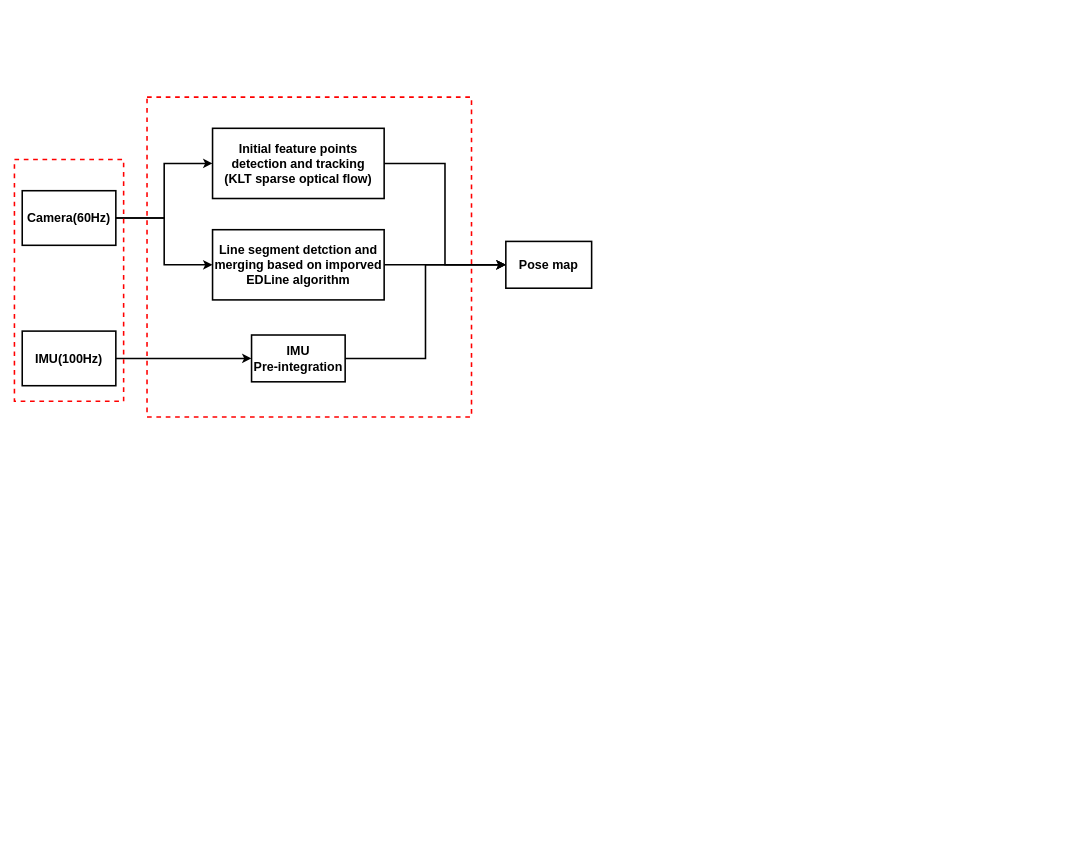
Purerli/STPLC keeps this draw.io diagram as 20210805/Untitled Diagram.drawio. Above is the earlier version. Source tidied: cells renumbered, new cells numbered last; positions are measured from the earlier drawing's top-left corner, leaving out a move shared by most shapes. Both pictures are drawn from the tidied source at 78%, with x=0, y=0 at pixel (14, 97).
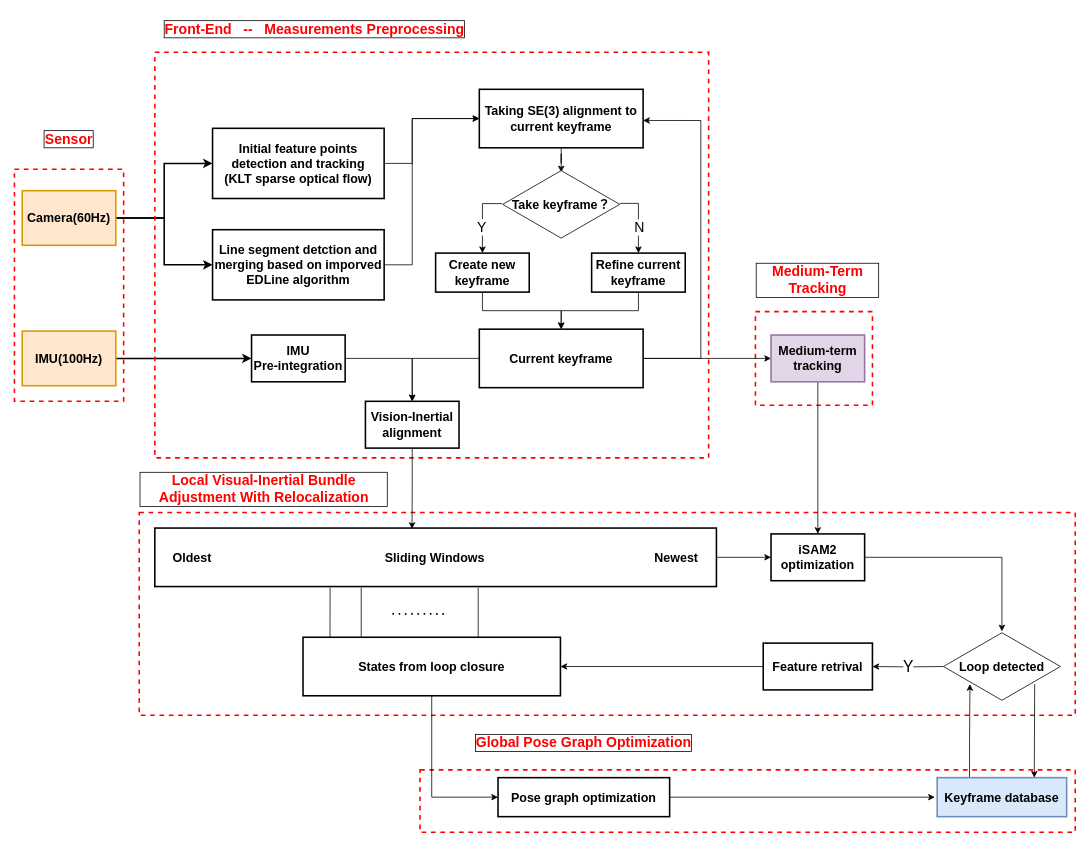
Above is the later version.

The change refers to these unchanged cells:
```xml
<mxCell id="8" value="IMU&lt;br style=&quot;font-size: 16px;&quot;&gt;Pre-integration" style="rounded=0;whiteSpace=wrap;html=1;fontSize=16;strokeWidth=2;fontStyle=1;" parent="1" vertex="1">
  <mxGeometry x="304" y="305" width="120" height="60" as="geometry" />
</mxCell>
<mxCell id="10" value="Initial feature points detection and tracking&lt;br style=&quot;font-size: 16px;&quot;&gt;(KLT sparse optical flow)" style="rounded=0;whiteSpace=wrap;html=1;fontSize=16;strokeWidth=2;fontStyle=1;" parent="1" vertex="1">
  <mxGeometry x="254" y="40" width="220" height="90" as="geometry" />
</mxCell>
<mxCell id="12" value="Line segment detction and merging based on imporved EDLine algorithm" style="rounded=0;whiteSpace=wrap;html=1;fontSize=16;strokeWidth=2;fontStyle=1;" parent="1" vertex="1">
  <mxGeometry x="254" y="170" width="220" height="90" as="geometry" />
</mxCell>
```

The edit, as a diff of the source:
```diff
@@
+    <mxCell id="16" style="rounded=0;whiteSpace=wrap;html=1;fontSize=16;strokeWidth=2;dashed=1;fillColor=none;fontStyle=1;strokeColor=#FF0000;" parent="1" vertex="1">
+      <mxGeometry x="160" y="532.5" width="1200" height="260" as="geometry" />
+    </mxCell>
+    <mxCell id="17" style="rounded=0;whiteSpace=wrap;html=1;fontSize=16;strokeWidth=2;dashed=1;fillColor=none;fontStyle=1;strokeColor=#FF0000;" parent="1" vertex="1">
+      <mxGeometry x="950" y="275" width="150" height="120" as="geometry" />
+    </mxCell>
+    <mxCell id="18" style="rounded=0;whiteSpace=wrap;html=1;fontSize=16;strokeWidth=2;dashed=1;fillColor=none;fontStyle=1;strokeColor=#FF0000;" parent="1" vertex="1">
+      <mxGeometry x="520" y="862.5" width="840" height="80" as="geometry" />
+    </mxCell>
+    <mxCell id="14" style="rounded=0;whiteSpace=wrap;html=1;fontSize=16;strokeWidth=2;dashed=1;fillColor=none;fontStyle=1;strokeColor=#FF0000;" parent="1" vertex="1">
+      <mxGeometry y="92.5" width="140" height="297.5" as="geometry" />
+    </mxCell>
@@
-    <mxCell id="4" value="Camera(60Hz)" style="rounded=0;whiteSpace=wrap;html=1;fontSize=16;strokeWidth=2;fontStyle=1;" parent="1" vertex="1">
+    <mxCell id="4" value="Camera(60Hz)" style="rounded=0;whiteSpace=wrap;html=1;fontSize=16;strokeWidth=2;fontStyle=1;fillColor=#ffe6cc;strokeColor=#d79b00;" parent="1" vertex="1">
       <mxGeometry x="10" y="120" width="120" height="70" as="geometry" />
     </mxCell>
@@
-    <mxCell id="6" value="IMU(100Hz)" style="rounded=0;whiteSpace=wrap;html=1;fontSize=16;strokeWidth=2;fontStyle=1;" parent="1" vertex="1">
+    <mxCell id="6" value="IMU(100Hz)" style="rounded=0;whiteSpace=wrap;html=1;fontSize=16;strokeWidth=2;fontStyle=1;fillColor=#ffe6cc;strokeColor=#d79b00;" parent="1" vertex="1">
       <mxGeometry x="10" y="300" width="120" height="70" as="geometry" />
     </mxCell>
-    <mxCell id="7" style="edgeStyle=orthogonalEdgeStyle;rounded=0;jettySize=auto;html=1;entryX=0;entryY=0.5;entryDx=0;entryDy=0;fontSize=16;strokeWidth=2;fontStyle=1;" parent="1" edge="1" source="8" target="13">
-      <mxGeometry relative="1" as="geometry" />
-    </mxCell>
+    <mxCell id="19" style="edgeStyle=orthogonalEdgeStyle;rounded=0;jettySize=auto;html=1;fontSize=14;" parent="1" edge="1" source="8" target="37">
+      <mxGeometry relative="1" as="geometry" />
+    </mxCell>
@@
-    <mxCell id="9" style="edgeStyle=orthogonalEdgeStyle;rounded=0;jettySize=auto;html=1;entryX=0;entryY=0.5;entryDx=0;entryDy=0;fontSize=16;strokeWidth=2;fontStyle=1;" parent="1" edge="1" source="10" target="13">
-      <mxGeometry relative="1" as="geometry" />
-    </mxCell>
+    <mxCell id="20" style="edgeStyle=orthogonalEdgeStyle;rounded=0;jettySize=auto;html=1;entryX=0;entryY=0.5;entryDx=0;entryDy=0;fontSize=14;" parent="1" edge="1" source="10" target="31">
+      <mxGeometry relative="1" as="geometry">
+        <Array as="points">
+          <mxPoint x="510" y="85" />
+          <mxPoint x="510" y="28" />
+        </Array>
+      </mxGeometry>
+    </mxCell>
@@
-    <mxCell id="11" style="edgeStyle=orthogonalEdgeStyle;rounded=0;jettySize=auto;html=1;fontSize=16;strokeWidth=2;entryX=0;entryY=0.5;entryDx=0;entryDy=0;fontStyle=1;" parent="1" edge="1" source="12" target="13">
-      <mxGeometry relative="1" as="geometry" />
-    </mxCell>
+    <mxCell id="21" style="edgeStyle=orthogonalEdgeStyle;rounded=0;jettySize=auto;html=1;fontSize=14;entryX=0;entryY=0.5;entryDx=0;entryDy=0;" parent="1" edge="1" source="12" target="31">
+      <mxGeometry relative="1" as="geometry">
+        <Array as="points">
+          <mxPoint x="510" y="215" />
+          <mxPoint x="510" y="28" />
+          <mxPoint x="596" y="28" />
+        </Array>
+      </mxGeometry>
+    </mxCell>
@@
-    <mxCell id="13" value="Pose map" style="rounded=0;whiteSpace=wrap;html=1;fontSize=16;strokeWidth=2;fontStyle=1;" parent="1" vertex="1">
-      <mxGeometry x="630" y="185" width="110" height="60" as="geometry" />
-    </mxCell>
-    <mxCell id="14" style="rounded=0;whiteSpace=wrap;html=1;fontSize=16;strokeWidth=2;dashed=1;fillColor=none;fontStyle=1;strokeColor=#FF0000;" parent="1" vertex="1">
-      <mxGeometry y="80" width="140" height="310" as="geometry" />
-    </mxCell>
     <mxCell id="15" style="rounded=0;whiteSpace=wrap;html=1;fontSize=16;strokeWidth=2;dashed=1;fillColor=none;strokeColor=#FF0000;" parent="1" vertex="1">
-      <mxGeometry x="170" width="416" height="410" as="geometry" />
+      <mxGeometry x="180" y="-57.5" width="710" height="520" as="geometry" />
     </mxCell>
+    <mxCell id="22" style="edgeStyle=orthogonalEdgeStyle;rounded=0;jettySize=auto;html=1;exitX=-0.006;exitY=0.489;exitDx=0;exitDy=0;exitPerimeter=0;" parent="1" edge="1" source="54" target="27">
+      <mxGeometry relative="1" as="geometry" />
+    </mxCell>
+    <mxCell id="23" value="Y" style="edgeLabel;html=1;align=center;verticalAlign=middle;fontSize=18;" parent="22" vertex="1">
+      <mxGeometry x="0.25" y="-2" relative="1" as="geometry" />
+    </mxCell>
+    <mxCell id="24" style="edgeStyle=orthogonalEdgeStyle;rounded=0;jettySize=auto;html=1;exitX=1.003;exitY=0.486;exitDx=0;exitDy=0;exitPerimeter=0;" parent="1" edge="1" source="54" target="29">
+      <mxGeometry relative="1" as="geometry">
+        <Array as="points">
+          <mxPoint x="800" y="136.5" />
+        </Array>
+      </mxGeometry>
+    </mxCell>
+    <mxCell id="25" value="N" style="edgeLabel;html=1;align=center;verticalAlign=middle;fontSize=18;" parent="24" vertex="1">
+      <mxGeometry x="0.22" y="1" relative="1" as="geometry">
+        <mxPoint x="-1" y="1" as="offset" />
+      </mxGeometry>
+    </mxCell>
+    <mxCell id="26" style="edgeStyle=orthogonalEdgeStyle;rounded=0;jettySize=auto;html=1;fontSize=14;entryX=0.5;entryY=0;entryDx=0;entryDy=0;" parent="1" edge="1" source="27" target="35">
+      <mxGeometry relative="1" as="geometry" />
+    </mxCell>
+    <mxCell id="27" value="Create new keyframe" style="rounded=0;whiteSpace=wrap;html=1;fontSize=16;strokeWidth=2;fontStyle=1;" parent="1" vertex="1">
+      <mxGeometry x="540" y="200" width="120" height="50" as="geometry" />
+    </mxCell>
+    <mxCell id="28" style="edgeStyle=orthogonalEdgeStyle;rounded=0;jettySize=auto;html=1;fontSize=14;entryX=0.5;entryY=0;entryDx=0;entryDy=0;" parent="1" edge="1" source="29" target="35">
+      <mxGeometry relative="1" as="geometry" />
+    </mxCell>
+    <mxCell id="29" value="Refine current keyframe" style="rounded=0;whiteSpace=wrap;html=1;fontSize=16;strokeWidth=2;fontStyle=1;" parent="1" vertex="1">
+      <mxGeometry x="740" y="200" width="120" height="50" as="geometry" />
+    </mxCell>
+    <mxCell id="30" style="edgeStyle=orthogonalEdgeStyle;rounded=0;jettySize=auto;html=1;entryX=0.5;entryY=0.044;entryDx=0;entryDy=0;entryPerimeter=0;fontSize=14;" parent="1" edge="1" source="31" target="54">
+      <mxGeometry relative="1" as="geometry" />
+    </mxCell>
+    <mxCell id="31" value="Taking SE(3) alignment to current keyframe" style="rounded=0;whiteSpace=wrap;html=1;fontSize=16;strokeWidth=2;fontStyle=1;" parent="1" vertex="1">
+      <mxGeometry x="596" y="-10" width="210" height="75" as="geometry" />
+    </mxCell>
+    <mxCell id="32" style="edgeStyle=orthogonalEdgeStyle;rounded=0;jettySize=auto;html=1;fontSize=14;entryX=1;entryY=0.533;entryDx=0;entryDy=0;entryPerimeter=0;" parent="1" edge="1" source="35" target="31">
+      <mxGeometry relative="1" as="geometry">
+        <Array as="points">
+          <mxPoint x="880" y="335" />
+          <mxPoint x="880" y="30" />
+        </Array>
+      </mxGeometry>
+    </mxCell>
+    <mxCell id="33" style="edgeStyle=orthogonalEdgeStyle;rounded=0;jettySize=auto;html=1;entryX=0.5;entryY=0;entryDx=0;entryDy=0;fontSize=14;" parent="1" edge="1" source="35" target="37">
+      <mxGeometry relative="1" as="geometry" />
+    </mxCell>
+    <mxCell id="34" style="edgeStyle=orthogonalEdgeStyle;rounded=0;jettySize=auto;html=1;entryX=0;entryY=0.5;entryDx=0;entryDy=0;fontSize=14;" parent="1" edge="1" source="35" target="39">
+      <mxGeometry relative="1" as="geometry" />
+    </mxCell>
+    <mxCell id="35" value="Current keyframe" style="rounded=0;whiteSpace=wrap;html=1;fontSize=16;strokeWidth=2;fontStyle=1;" parent="1" vertex="1">
+      <mxGeometry x="596" y="297.5" width="210" height="75" as="geometry" />
+    </mxCell>
+    <mxCell id="36" style="edgeStyle=orthogonalEdgeStyle;rounded=0;jettySize=auto;html=1;entryX=0.458;entryY=0.015;entryDx=0;entryDy=0;entryPerimeter=0;fontSize=18;fontColor=#FF0000;" parent="1" edge="1" source="37" target="41">
+      <mxGeometry relative="1" as="geometry" />
+    </mxCell>
+    <mxCell id="37" value="Vision-Inertial alignment" style="rounded=0;whiteSpace=wrap;html=1;fontSize=16;strokeWidth=2;fontStyle=1;" parent="1" vertex="1">
+      <mxGeometry x="450" y="390" width="120" height="60" as="geometry" />
+    </mxCell>
+    <mxCell id="38" style="edgeStyle=orthogonalEdgeStyle;rounded=0;jettySize=auto;html=1;fontSize=14;" parent="1" edge="1" source="39" target="49">
+      <mxGeometry relative="1" as="geometry" />
+    </mxCell>
+    <mxCell id="39" value="Medium-term tracking" style="rounded=0;whiteSpace=wrap;html=1;fontSize=16;strokeWidth=2;fontStyle=1;fillColor=#e1d5e7;strokeColor=#9673a6;" parent="1" vertex="1">
+      <mxGeometry x="970" y="305" width="120" height="60" as="geometry" />
+    </mxCell>
+    <mxCell id="40" style="edgeStyle=orthogonalEdgeStyle;rounded=0;jettySize=auto;html=1;entryX=0;entryY=0.5;entryDx=0;entryDy=0;fontSize=14;" parent="1" edge="1" source="41" target="49">
+      <mxGeometry relative="1" as="geometry" />
+    </mxCell>
+    <mxCell id="41" value="Oldest&amp;nbsp; &amp;nbsp; &amp;nbsp; &amp;nbsp; &amp;nbsp; &amp;nbsp; &amp;nbsp; &amp;nbsp; &amp;nbsp; &amp;nbsp; &amp;nbsp; &amp;nbsp; &amp;nbsp; &amp;nbsp; &amp;nbsp; &amp;nbsp; &amp;nbsp; &amp;nbsp; &amp;nbsp; &amp;nbsp; &amp;nbsp; &amp;nbsp; &amp;nbsp; &amp;nbsp; &amp;nbsp; Sliding Windows&amp;nbsp; &amp;nbsp; &amp;nbsp; &amp;nbsp; &amp;nbsp; &amp;nbsp; &amp;nbsp; &amp;nbsp; &amp;nbsp; &amp;nbsp; &amp;nbsp; &amp;nbsp; &amp;nbsp; &amp;nbsp; &amp;nbsp; &amp;nbsp; &amp;nbsp; &amp;nbsp; &amp;nbsp; &amp;nbsp; &amp;nbsp; &amp;nbsp; &amp;nbsp; &amp;nbsp; &amp;nbsp;Newest" style="rounded=0;whiteSpace=wrap;html=1;fontSize=16;strokeWidth=2;fontStyle=1;" parent="1" vertex="1">
+      <mxGeometry x="180" y="552.5" width="720" height="75" as="geometry" />
+    </mxCell>
+    <mxCell id="42" style="edgeStyle=orthogonalEdgeStyle;rounded=0;jettySize=auto;html=1;entryX=0;entryY=0.5;entryDx=0;entryDy=0;fontSize=18;" parent="1" edge="1" source="43" target="56">
+      <mxGeometry relative="1" as="geometry" />
+    </mxCell>
+    <mxCell id="43" value="States from loop closure" style="rounded=0;whiteSpace=wrap;html=1;fontSize=16;strokeWidth=2;fontStyle=1;" parent="1" vertex="1">
+      <mxGeometry x="370" y="692.5" width="330" height="75" as="geometry" />
+    </mxCell>
+    <mxCell id="44" style="endArrow=none;html=1;fontSize=14;exitX=0;exitY=0;exitDx=0;exitDy=0;entryX=0.264;entryY=1.019;entryDx=0;entryDy=0;entryPerimeter=0;" parent="1" edge="1">
+      <mxGeometry relative="1" as="geometry">
+        <mxPoint x="404.6" y="692.5" as="sourcePoint" />
+        <mxPoint x="404.7" y="628.9" as="targetPoint" />
+        <Array as="points">
+          <mxPoint x="404.6" y="672.5" />
+        </Array>
+      </mxGeometry>
+    </mxCell>
+    <mxCell id="45" style="endArrow=none;html=1;fontSize=14;exitX=0;exitY=0;exitDx=0;exitDy=0;entryX=0.264;entryY=1.019;entryDx=0;entryDy=0;entryPerimeter=0;" parent="1" edge="1">
+      <mxGeometry relative="1" as="geometry">
+        <mxPoint x="444.6" y="692.5" as="sourcePoint" />
+        <mxPoint x="444.6" y="628.9" as="targetPoint" />
+      </mxGeometry>
+    </mxCell>
+    <mxCell id="46" style="endArrow=none;dashed=1;html=1;dashPattern=1 3;strokeWidth=2;fontSize=14;" parent="1" edge="1">
+      <mxGeometry relative="1" as="geometry">
+        <mxPoint x="484.6" y="662.5" as="sourcePoint" />
+        <mxPoint x="554.6" y="662.5" as="targetPoint" />
+      </mxGeometry>
+    </mxCell>
+    <mxCell id="47" style="endArrow=none;html=1;fontSize=14;exitX=0;exitY=0;exitDx=0;exitDy=0;entryX=0.264;entryY=1.019;entryDx=0;entryDy=0;entryPerimeter=0;" parent="1" edge="1">
+      <mxGeometry relative="1" as="geometry">
+        <mxPoint x="594.6" y="692.5" as="sourcePoint" />
+        <mxPoint x="594.6" y="628.9" as="targetPoint" />
+      </mxGeometry>
+    </mxCell>
+    <mxCell id="48" style="edgeStyle=orthogonalEdgeStyle;rounded=0;jettySize=auto;html=1;fontSize=14;" parent="1" edge="1" source="49" target="53">
+      <mxGeometry relative="1" as="geometry" />
+    </mxCell>
+    <mxCell id="49" value="iSAM2&lt;br&gt;optimization" style="rounded=0;whiteSpace=wrap;html=1;fontSize=16;strokeWidth=2;fontStyle=1;" parent="1" vertex="1">
+      <mxGeometry x="970" y="560" width="120" height="60" as="geometry" />
+    </mxCell>
+    <mxCell id="50" style="edgeStyle=orthogonalEdgeStyle;rounded=0;jettySize=auto;html=1;entryX=1;entryY=0.5;entryDx=0;entryDy=0;fontSize=18;" parent="1" edge="1" source="51" target="43">
+      <mxGeometry relative="1" as="geometry" />
+    </mxCell>
+    <mxCell id="51" value="Feature retrival" style="rounded=0;whiteSpace=wrap;html=1;fontSize=16;strokeWidth=2;fontStyle=1;" parent="1" vertex="1">
+      <mxGeometry x="960" y="700" width="140" height="60" as="geometry" />
+    </mxCell>
+    <mxCell id="52" value="&lt;font style=&quot;font-size: 20px&quot;&gt;Y&lt;/font&gt;" style="edgeStyle=orthogonalEdgeStyle;rounded=0;jettySize=auto;html=1;entryX=1;entryY=0.5;entryDx=0;entryDy=0;fontSize=14;" parent="1" edge="1" target="51">
+      <mxGeometry relative="1" as="geometry">
+        <mxPoint x="1191" y="730" as="sourcePoint" />
+      </mxGeometry>
+    </mxCell>
+    <mxCell id="53" value="&lt;span style=&quot;font-size: 16px ; font-weight: 700&quot;&gt;Loop detected&lt;/span&gt;" style="html=1;whiteSpace=wrap;shape=isoRectangle;fontSize=14;" parent="1" vertex="1">
+      <mxGeometry x="1191" y="685" width="150" height="90" as="geometry" />
+    </mxCell>
+    <mxCell id="54" value="&lt;span style=&quot;font-size: 16px ; font-weight: 700&quot;&gt;Take keyframe？&lt;/span&gt;" style="html=1;whiteSpace=wrap;shape=isoRectangle;fontSize=14;" parent="1" vertex="1">
+      <mxGeometry x="626" y="92.5" width="150" height="90" as="geometry" />
+    </mxCell>
+    <mxCell id="55" style="edgeStyle=orthogonalEdgeStyle;rounded=0;jettySize=auto;html=1;fontSize=18;" parent="1" edge="1" source="56">
+      <mxGeometry relative="1" as="geometry">
+        <mxPoint x="1180" y="897.5" as="targetPoint" />
+      </mxGeometry>
+    </mxCell>
+    <mxCell id="56" value="Pose graph optimization" style="rounded=0;whiteSpace=wrap;html=1;fontSize=16;strokeWidth=2;fontStyle=1;" parent="1" vertex="1">
+      <mxGeometry x="620" y="872.5" width="220" height="50" as="geometry" />
+    </mxCell>
+    <mxCell id="57" style="edgeStyle=orthogonalEdgeStyle;rounded=0;jettySize=auto;html=1;exitX=0.25;exitY=0;exitDx=0;exitDy=0;entryX=0.227;entryY=0.75;entryDx=0;entryDy=0;entryPerimeter=0;fontSize=18;" parent="1" edge="1" source="58" target="53">
+      <mxGeometry relative="1" as="geometry" />
+    </mxCell>
+    <mxCell id="58" value="Keyframe database" style="rounded=0;whiteSpace=wrap;html=1;fontSize=16;strokeWidth=2;fontStyle=1;fillColor=#dae8fc;strokeColor=#6c8ebf;" parent="1" vertex="1">
+      <mxGeometry x="1183" y="872.5" width="166" height="50" as="geometry" />
+    </mxCell>
+    <mxCell id="59" style="endArrow=classic;html=1;fontSize=18;entryX=0.75;entryY=0;entryDx=0;entryDy=0;" parent="1" edge="1" target="58">
+      <mxGeometry relative="1" as="geometry">
+        <mxPoint x="1308" y="752.5" as="sourcePoint" />
+      </mxGeometry>
+    </mxCell>
+    <mxCell id="60" value="Sensor" style="text;html=1;strokeColor=none;fillColor=none;align=center;verticalAlign=middle;whiteSpace=wrap;rounded=0;fontSize=18;fontColor=#FF0000;fontStyle=1;labelBorderColor=#000000;" parent="1" vertex="1">
+      <mxGeometry x="50" y="42.5" width="40" height="22.5" as="geometry" />
+    </mxCell>
+    <mxCell id="61" value="Front-End&amp;nbsp; &amp;nbsp;--&amp;nbsp; &amp;nbsp;Measurements Preprocessing" style="text;html=1;strokeColor=none;fillColor=none;align=center;verticalAlign=middle;whiteSpace=wrap;rounded=0;fontSize=18;fontColor=#FF0000;fontStyle=1;labelBorderColor=#000000;" parent="1" vertex="1">
+      <mxGeometry x="180" y="-107.5" width="410" height="40" as="geometry" />
+    </mxCell>
+    <mxCell id="62" value="Local Visual-Inertial Bundle Adjustment With Relocalization" style="text;html=1;strokeColor=none;fillColor=none;align=center;verticalAlign=middle;whiteSpace=wrap;rounded=0;fontSize=18;fontColor=#FF0000;fontStyle=1;labelBorderColor=#000000;" parent="1" vertex="1">
+      <mxGeometry x="160" y="482.5" width="320" height="40" as="geometry" />
+    </mxCell>
+    <mxCell id="63" value="Medium-Term Tracking" style="text;html=1;strokeColor=none;fillColor=none;align=center;verticalAlign=middle;whiteSpace=wrap;rounded=0;fontSize=18;fontColor=#FF0000;fontStyle=1;labelBorderColor=#000000;" parent="1" vertex="1">
+      <mxGeometry x="950" y="215" width="160" height="40" as="geometry" />
+    </mxCell>
+    <mxCell id="64" value="Global Pose Graph Optimization" style="text;html=1;strokeColor=none;fillColor=none;align=center;verticalAlign=middle;whiteSpace=wrap;rounded=0;fontSize=18;fontColor=#FF0000;fontStyle=1;labelBorderColor=#000000;" parent="1" vertex="1">
+      <mxGeometry x="555" y="802.5" width="350" height="50" as="geometry" />
+    </mxCell>
```
